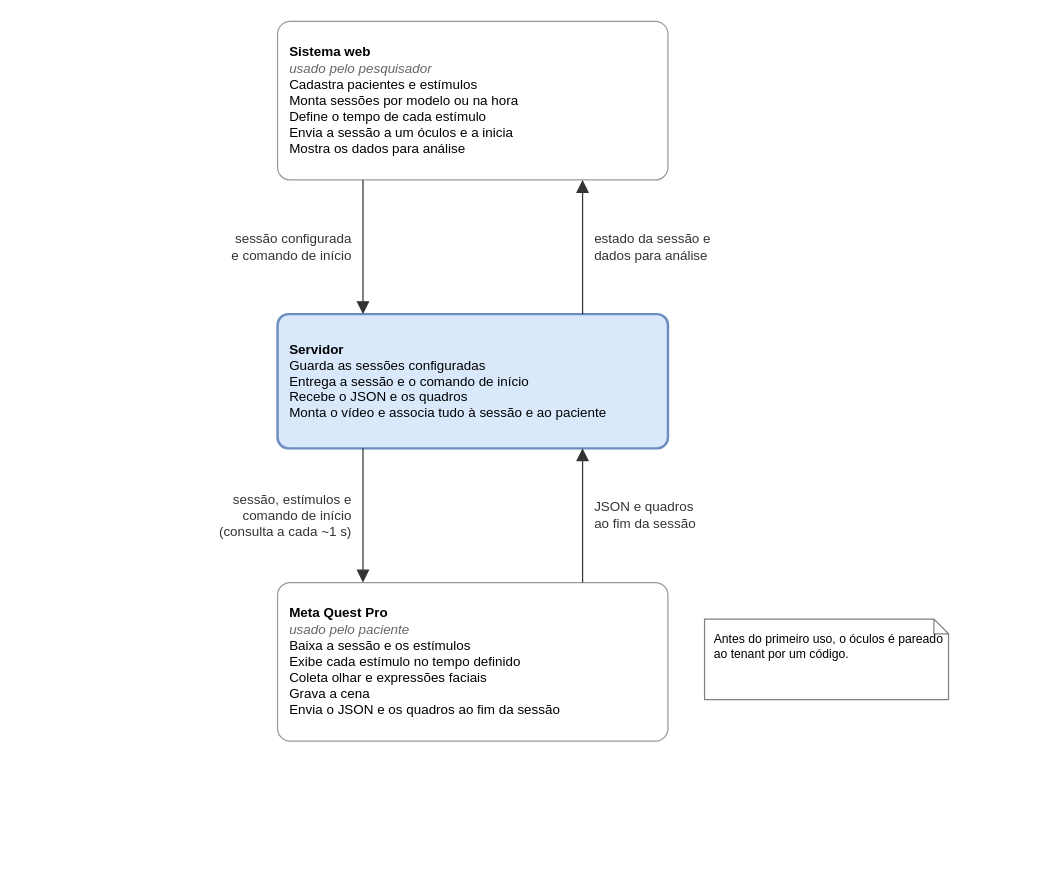
Earlier version of the draw.io diagram page "Figura – Fluxo de uma sessão" (2 of 2) of Especificacao/Arquitetura-NeuroSight.drawio (joaozanini/tcc1). Source tidied: cells renumbered, new cells numbered last; positions are measured from the earlier drawing's top-left corner, leaving out a move shared by most shapes. Both pictures are drawn from the tidied source at 122%, with x=0, y=0 at pixel (277, 21).
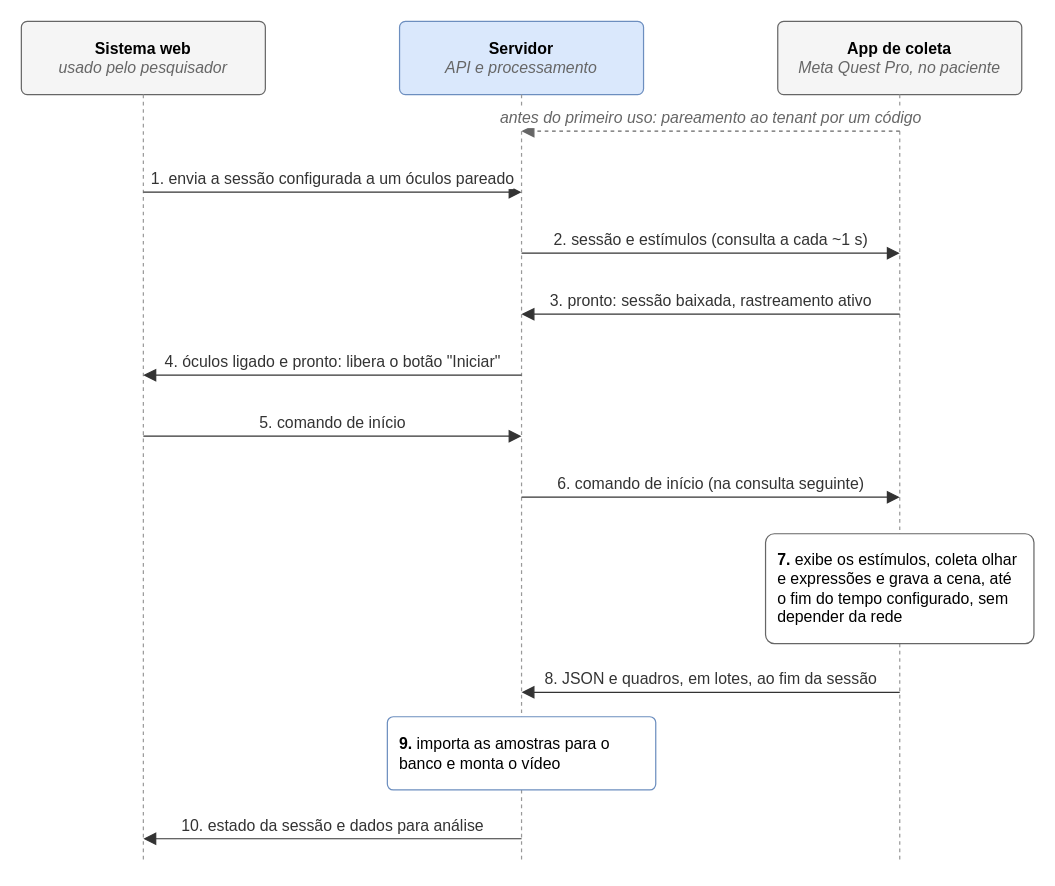
The same page after the edit.

Diff of the diagram source:
```diff
@@
-    <mxCell id="2" value="&lt;b&gt;Sistema web&lt;/b&gt;&lt;br&gt;&lt;font color=&quot;#666666&quot;&gt;&lt;i&gt;usado pelo pesquisador&lt;/i&gt;&lt;/font&gt;&lt;br&gt;Cadastra pacientes e estímulos&lt;br&gt;Monta sessões por modelo ou na hora&lt;br&gt;Define o tempo de cada estímulo&lt;br&gt;Envia a sessão a um óculos e a inicia&lt;br&gt;Mostra os dados para análise" style="rounded=1;arcSize=8;whiteSpace=wrap;html=1;fillColor=#FFFFFF;strokeColor=#999999;fontSize=11;align=left;verticalAlign=middle;spacingLeft=8;spacingRight=8;" parent="1" vertex="1">
-      <mxGeometry width="320" height="130" as="geometry" />
+    <mxCell id="2" value="&lt;b&gt;Sistema web&lt;/b&gt;&lt;br&gt;&lt;font color=&quot;#666666&quot;&gt;&lt;i&gt;usado pelo pesquisador&lt;/i&gt;&lt;/font&gt;" style="rounded=1;arcSize=8;whiteSpace=wrap;html=1;fillColor=#F5F5F5;strokeColor=#666666;fontSize=13;align=center;verticalAlign=middle;" parent="1" vertex="1">
+      <mxGeometry x="-210" width="200" height="60" as="geometry" />
     </mxCell>
-    <mxCell id="3" value="&lt;b&gt;Servidor&lt;/b&gt;&lt;br&gt;Guarda as sessões configuradas&lt;br&gt;Entrega a sessão e o comando de início&lt;br&gt;Recebe o JSON e os quadros&lt;br&gt;Monta o vídeo e associa tudo à sessão e ao paciente" style="rounded=1;arcSize=8;whiteSpace=wrap;html=1;fillColor=#DAE8FC;strokeColor=#6C8EBF;strokeWidth=2;fontSize=11;align=left;verticalAlign=middle;spacingLeft=8;spacingRight=8;" parent="1" vertex="1">
-      <mxGeometry y="240" width="320" height="110" as="geometry" />
+    <mxCell id="3" value="&lt;b&gt;Servidor&lt;/b&gt;&lt;br&gt;&lt;font color=&quot;#666666&quot;&gt;&lt;i&gt;API e processamento&lt;/i&gt;&lt;/font&gt;" style="rounded=1;arcSize=8;whiteSpace=wrap;html=1;fillColor=#DAE8FC;strokeColor=#6C8EBF;fontSize=13;align=center;verticalAlign=middle;" parent="1" vertex="1">
+      <mxGeometry x="100" width="200" height="60" as="geometry" />
     </mxCell>
-    <mxCell id="4" value="&lt;b&gt;Meta Quest Pro&lt;/b&gt;&lt;br&gt;&lt;font color=&quot;#666666&quot;&gt;&lt;i&gt;usado pelo paciente&lt;/i&gt;&lt;/font&gt;&lt;br&gt;Baixa a sessão e os estímulos&lt;br&gt;Exibe cada estímulo no tempo definido&lt;br&gt;Coleta olhar e expressões faciais&lt;br&gt;Grava a cena&lt;br&gt;Envia o JSON e os quadros ao fim da sessão" style="rounded=1;arcSize=8;whiteSpace=wrap;html=1;fillColor=#FFFFFF;strokeColor=#999999;fontSize=11;align=left;verticalAlign=middle;spacingLeft=8;spacingRight=8;" parent="1" vertex="1">
-      <mxGeometry y="460" width="320" height="130" as="geometry" />
+    <mxCell id="4" value="&lt;b&gt;App de coleta&lt;/b&gt;&lt;br&gt;&lt;font color=&quot;#666666&quot;&gt;&lt;i&gt;Meta Quest Pro, no paciente&lt;/i&gt;&lt;/font&gt;" style="rounded=1;arcSize=8;whiteSpace=wrap;html=1;fillColor=#F5F5F5;strokeColor=#666666;fontSize=13;align=center;verticalAlign=middle;" parent="1" vertex="1">
+      <mxGeometry x="410" width="200" height="60" as="geometry" />
     </mxCell>
-    <mxCell id="5" value="Antes do primeiro uso, o óculos é pareado ao tenant por um código." style="shape=note;whiteSpace=wrap;html=1;size=12;fillColor=#FFFFFF;strokeColor=#808080;fontSize=10;align=left;verticalAlign=top;spacingLeft=6;spacingTop=4;" parent="1" vertex="1">
-      <mxGeometry x="350" y="490" width="200" height="66" as="geometry" />
-    </mxCell>
-    <mxCell id="6" value="sessão configurada&lt;br&gt;e comando de início" style="edgeStyle=orthogonalEdgeStyle;rounded=0;html=1;endArrow=block;endFill=1;endSize=8;strokeColor=#333333;fontSize=11;fontColor=#333333;align=right;spacingRight=8;labelBackgroundColor=none;exitX=0.2188;exitY=1;exitDx=0;exitDy=0;entryX=0.2188;entryY=0;entryDx=0;entryDy=0;" parent="1" edge="1" source="2" target="3">
-      <mxGeometry relative="1" as="geometry" />
-    </mxCell>
-    <mxCell id="7" value="estado da sessão e&lt;br&gt;dados para análise" style="edgeStyle=orthogonalEdgeStyle;rounded=0;html=1;endArrow=block;endFill=1;endSize=8;strokeColor=#333333;fontSize=11;fontColor=#333333;align=left;spacingLeft=8;labelBackgroundColor=none;exitX=0.7813;exitY=0;exitDx=0;exitDy=0;entryX=0.7813;entryY=1;entryDx=0;entryDy=0;" parent="1" edge="1" source="3" target="2">
-      <mxGeometry relative="1" as="geometry" />
-    </mxCell>
-    <mxCell id="8" value="sessão, estímulos e&lt;br&gt;comando de início&lt;br&gt;(consulta a cada ~1 s)" style="edgeStyle=orthogonalEdgeStyle;rounded=0;html=1;endArrow=block;endFill=1;endSize=8;strokeColor=#333333;fontSize=11;fontColor=#333333;align=right;spacingRight=8;labelBackgroundColor=none;exitX=0.2188;exitY=1;exitDx=0;exitDy=0;entryX=0.2188;entryY=0;entryDx=0;entryDy=0;" parent="1" edge="1" source="3" target="4">
-      <mxGeometry relative="1" as="geometry" />
-    </mxCell>
-    <mxCell id="9" value="JSON e quadros&lt;br&gt;ao fim da sessão" style="edgeStyle=orthogonalEdgeStyle;rounded=0;html=1;endArrow=block;endFill=1;endSize=8;strokeColor=#333333;fontSize=11;fontColor=#333333;align=left;spacingLeft=8;labelBackgroundColor=none;exitX=0.7813;exitY=0;exitDx=0;exitDy=0;entryX=0.7813;entryY=1;entryDx=0;entryDy=0;" parent="1" edge="1" source="4" target="3">
-      <mxGeometry relative="1" as="geometry" />
-    </mxCell>
+    <mxCell id="10" style="endArrow=none;dashed=1;html=1;strokeColor=#999999;" parent="1" edge="1" source="2">
+      <mxGeometry relative="1" as="geometry">
+        <mxPoint x="-110" y="690" as="targetPoint" />
+      </mxGeometry>
+    </mxCell>
+    <mxCell id="11" style="endArrow=none;dashed=1;html=1;strokeColor=#999999;" parent="1" edge="1" source="3">
+      <mxGeometry relative="1" as="geometry">
+        <mxPoint x="200" y="690" as="targetPoint" />
+      </mxGeometry>
+    </mxCell>
+    <mxCell id="12" style="endArrow=none;dashed=1;html=1;strokeColor=#999999;" parent="1" edge="1" source="4">
+      <mxGeometry relative="1" as="geometry">
+        <mxPoint x="510" y="690" as="targetPoint" />
+      </mxGeometry>
+    </mxCell>
+    <mxCell id="13" value="&lt;i&gt;antes do primeiro uso: pareamento ao tenant por um código&lt;/i&gt;" style="endArrow=block;endFill=1;endSize=8;dashed=1;html=1;strokeColor=#666666;fontSize=13;fontColor=#666666;verticalAlign=bottom;labelBackgroundColor=#FFFFFF;" parent="1" edge="1">
+      <mxGeometry relative="1" as="geometry">
+        <mxPoint x="510" y="90" as="sourcePoint" />
+        <mxPoint x="200" y="90" as="targetPoint" />
+      </mxGeometry>
+    </mxCell>
+    <mxCell id="14" value="1. envia a sessão configurada a um óculos pareado" style="endArrow=block;endFill=1;endSize=8;html=1;strokeColor=#333333;fontSize=13;fontColor=#333333;verticalAlign=bottom;labelBackgroundColor=#FFFFFF;" parent="1" edge="1">
+      <mxGeometry relative="1" as="geometry">
+        <mxPoint x="-110" y="140" as="sourcePoint" />
+        <mxPoint x="200" y="140" as="targetPoint" />
+      </mxGeometry>
+    </mxCell>
+    <mxCell id="15" value="2. sessão e estímulos (consulta a cada ~1 s)" style="endArrow=block;endFill=1;endSize=8;html=1;strokeColor=#333333;fontSize=13;fontColor=#333333;verticalAlign=bottom;labelBackgroundColor=#FFFFFF;" parent="1" edge="1">
+      <mxGeometry relative="1" as="geometry">
+        <mxPoint x="200" y="190" as="sourcePoint" />
+        <mxPoint x="510" y="190" as="targetPoint" />
+      </mxGeometry>
+    </mxCell>
+    <mxCell id="16" value="3. pronto: sessão baixada, rastreamento ativo" style="endArrow=block;endFill=1;endSize=8;html=1;strokeColor=#333333;fontSize=13;fontColor=#333333;verticalAlign=bottom;labelBackgroundColor=#FFFFFF;" parent="1" edge="1">
+      <mxGeometry relative="1" as="geometry">
+        <mxPoint x="510" y="240" as="sourcePoint" />
+        <mxPoint x="200" y="240" as="targetPoint" />
+      </mxGeometry>
+    </mxCell>
+    <mxCell id="17" value="4. óculos ligado e pronto: libera o botão &quot;Iniciar&quot;" style="endArrow=block;endFill=1;endSize=8;html=1;strokeColor=#333333;fontSize=13;fontColor=#333333;verticalAlign=bottom;labelBackgroundColor=#FFFFFF;" parent="1" edge="1">
+      <mxGeometry relative="1" as="geometry">
+        <mxPoint x="200" y="290" as="sourcePoint" />
+        <mxPoint x="-110" y="290" as="targetPoint" />
+      </mxGeometry>
+    </mxCell>
+    <mxCell id="18" value="5. comando de início" style="endArrow=block;endFill=1;endSize=8;html=1;strokeColor=#333333;fontSize=13;fontColor=#333333;verticalAlign=bottom;labelBackgroundColor=#FFFFFF;" parent="1" edge="1">
+      <mxGeometry relative="1" as="geometry">
+        <mxPoint x="-110" y="340" as="sourcePoint" />
+        <mxPoint x="200" y="340" as="targetPoint" />
+      </mxGeometry>
+    </mxCell>
+    <mxCell id="19" value="6. comando de início (na consulta seguinte)" style="endArrow=block;endFill=1;endSize=8;html=1;strokeColor=#333333;fontSize=13;fontColor=#333333;verticalAlign=bottom;labelBackgroundColor=#FFFFFF;" parent="1" edge="1">
+      <mxGeometry relative="1" as="geometry">
+        <mxPoint x="200" y="390" as="sourcePoint" />
+        <mxPoint x="510" y="390" as="targetPoint" />
+      </mxGeometry>
+    </mxCell>
+    <mxCell id="20" value="&lt;b&gt;7.&lt;/b&gt; exibe os estímulos, coleta olhar e expressões e grava a cena, até o fim do tempo configurado, sem depender da rede" style="rounded=1;arcSize=8;whiteSpace=wrap;html=1;fillColor=#FFFFFF;strokeColor=#666666;fontSize=13;align=left;verticalAlign=middle;spacingLeft=8;spacingRight=8;" parent="1" vertex="1">
+      <mxGeometry x="400" y="420" width="220" height="90" as="geometry" />
+    </mxCell>
+    <mxCell id="21" value="8. JSON e quadros, em lotes, ao fim da sessão" style="endArrow=block;endFill=1;endSize=8;html=1;strokeColor=#333333;fontSize=13;fontColor=#333333;verticalAlign=bottom;labelBackgroundColor=#FFFFFF;" parent="1" edge="1">
+      <mxGeometry relative="1" as="geometry">
+        <mxPoint x="510" y="550" as="sourcePoint" />
+        <mxPoint x="200" y="550" as="targetPoint" />
+      </mxGeometry>
+    </mxCell>
+    <mxCell id="22" value="&lt;b&gt;9.&lt;/b&gt; importa as amostras para o banco e monta o vídeo" style="rounded=1;arcSize=8;whiteSpace=wrap;html=1;fillColor=#FFFFFF;strokeColor=#6C8EBF;fontSize=13;align=left;verticalAlign=middle;spacingLeft=8;spacingRight=8;" parent="1" vertex="1">
+      <mxGeometry x="90" y="570" width="220" height="60" as="geometry" />
+    </mxCell>
+    <mxCell id="23" value="10. estado da sessão e dados para análise" style="endArrow=block;endFill=1;endSize=8;html=1;strokeColor=#333333;fontSize=13;fontColor=#333333;verticalAlign=bottom;labelBackgroundColor=#FFFFFF;" parent="1" edge="1">
+      <mxGeometry relative="1" as="geometry">
+        <mxPoint x="200" y="670" as="sourcePoint" />
+        <mxPoint x="-110" y="670" as="targetPoint" />
+      </mxGeometry>
+    </mxCell>
```
